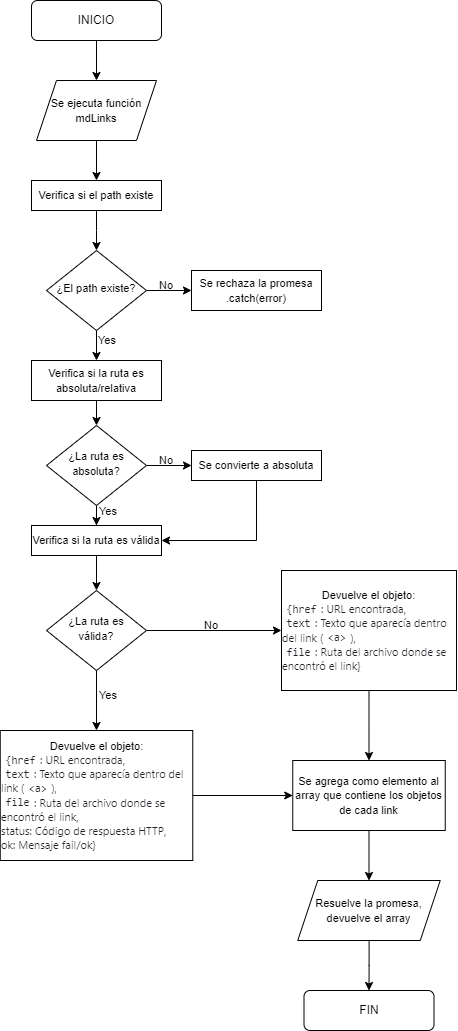
Before: mdLinks Flow.drawio.png, a diagram exported from draw.io (Aurapinilla/DEV009-md-links). Source tidied: cells renumbered, new cells last; positions are measured from the earlier drawing's top-left corner, leaving out a move shared by most shapes.
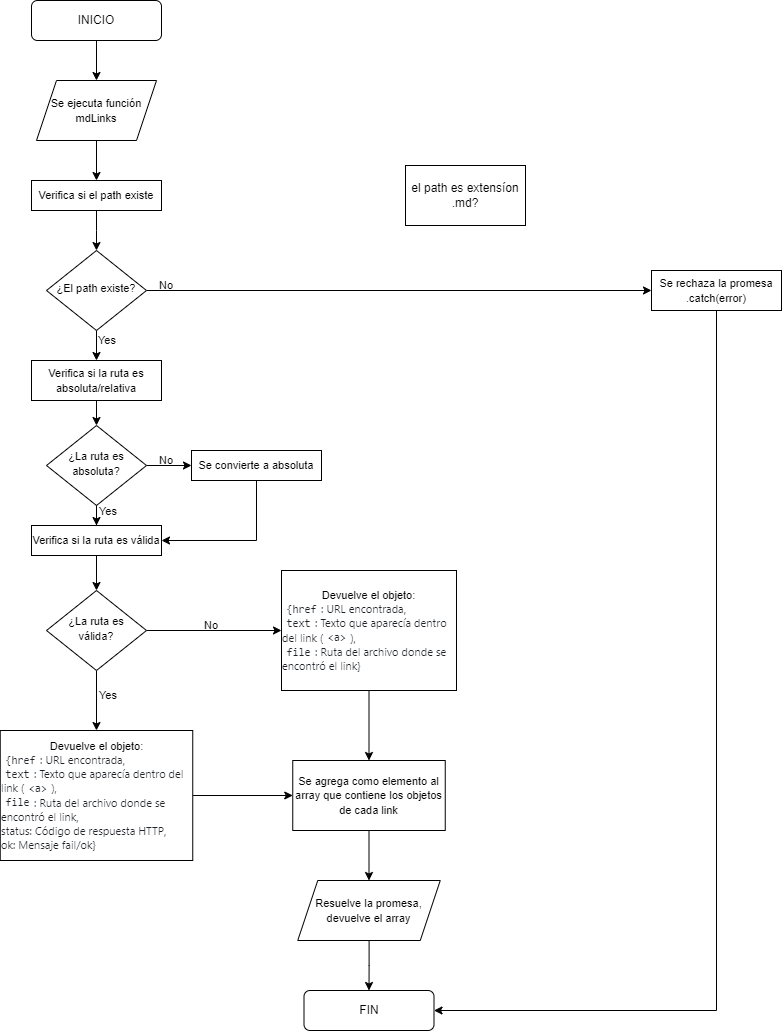
After the commit.

The edit, as a diff of the source:
```diff
@@ -28,8 +28,11 @@
     <mxCell id="9" value="&lt;font style=&quot;font-size: 11px;&quot;&gt;Verifica si el path existe&lt;/font&gt;" style="rounded=0;whiteSpace=wrap;html=1;" parent="1" vertex="1">
       <mxGeometry x="31" y="180" width="130" height="30" as="geometry" />
     </mxCell>
+    <mxCell id="39" style="edgeStyle=orthogonalEdgeStyle;rounded=0;jettySize=auto;html=1;entryX=1;entryY=0.5;entryDx=0;entryDy=0;exitX=0.5;exitY=1;exitDx=0;exitDy=0;" parent="1" edge="1" source="10" target="38">
+      <mxGeometry relative="1" as="geometry" />
+    </mxCell>
     <mxCell id="10" value="&lt;font style=&quot;font-size: 11px;&quot;&gt;Se rechaza la promesa&lt;br&gt;.catch(error)&lt;br&gt;&lt;/font&gt;" style="rounded=0;whiteSpace=wrap;html=1;" parent="1" vertex="1">
-      <mxGeometry x="191" y="270" width="130" height="40" as="geometry" />
+      <mxGeometry x="651" y="270" width="130" height="40" as="geometry" />
     </mxCell>
     <mxCell id="11" value="&lt;font style=&quot;font-size: 11px;&quot;&gt;Se ejecuta función mdLinks&lt;/font&gt;" style="shape=parallelogram;perimeter=parallelogramPerimeter;whiteSpace=wrap;html=1;fixedSize=1;" parent="1" vertex="1">
       <mxGeometry x="36" y="80" width="120" height="60" as="geometry" />
@@ -115,5 +118,8 @@
     <mxCell id="38" value="FIN" style="rounded=1;whiteSpace=wrap;html=1;fontSize=12;glass=0;strokeWidth=1;shadow=0;" parent="1" vertex="1">
       <mxGeometry x="303.5" y="990" width="130" height="40" as="geometry" />
     </mxCell>
+    <mxCell id="40" value="el path es extensíon .md?" style="rounded=0;whiteSpace=wrap;html=1;" parent="1" vertex="1">
+      <mxGeometry x="405" y="165" width="120" height="60" as="geometry" />
+    </mxCell>
   </root>
 </mxGraphModel>
```
